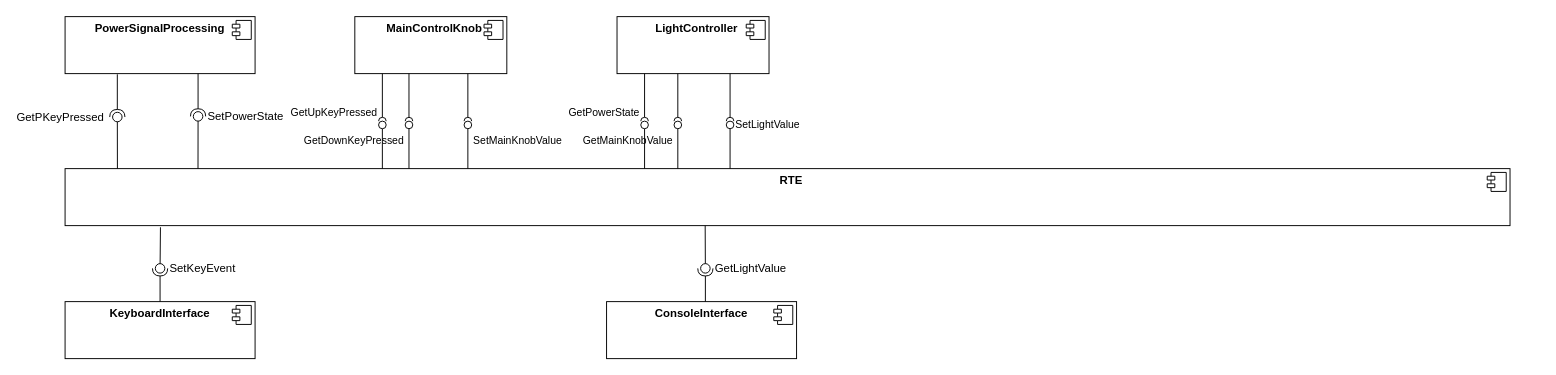
Earlier version of the draw.io diagram page "SW Architecture" (2 of 2) of doc/common/sw_architecture/_figures/spled.drawio (avengineers/SPLed). Source tidied: cells renumbered, new cells numbered last; positions are measured from the earlier drawing's top-left corner, leaving out a move shared by most shapes. Both pictures are drawn from the tidied source at 95%, with x=0, y=0 at pixel (65, 16).
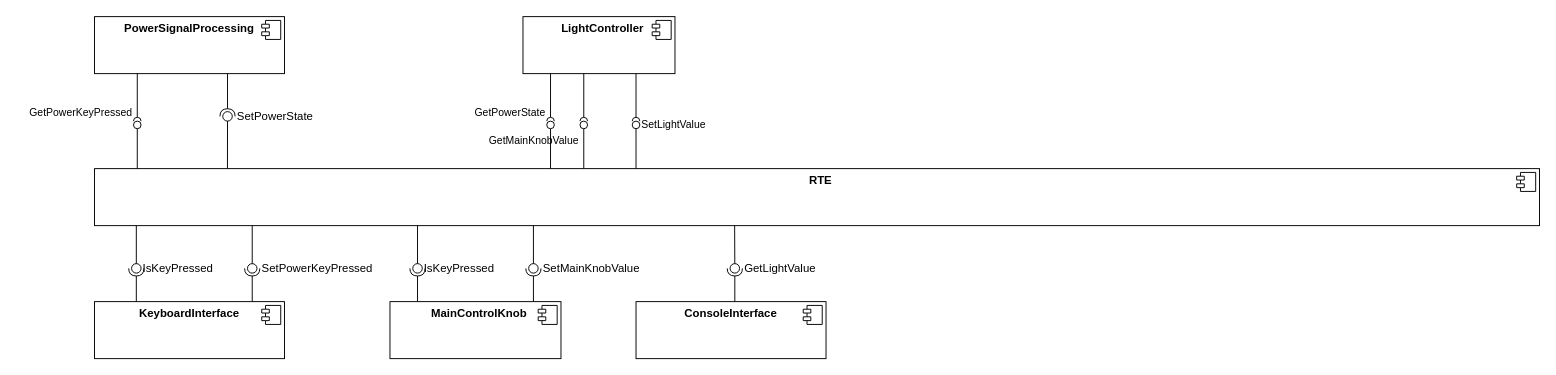
The same page after the edit.

The edit, as a diff of the source:
```diff
@@
     <mxCell id="2" value="&lt;p style=&quot;margin:0px;margin-top:6px;text-align:center;&quot;&gt;&lt;b&gt;PowerSignalProcessing&lt;/b&gt;&lt;/p&gt;" style="align=left;overflow=fill;html=1;whiteSpace=wrap;" parent="1" vertex="1">
-      <mxGeometry width="200" height="60" as="geometry" />
+      <mxGeometry x="31" width="200" height="60" as="geometry" />
     </mxCell>
@@
     <mxCell id="4" value="&lt;p style=&quot;margin: 6px 0px 0px;&quot;&gt;&lt;/p&gt;&lt;p style=&quot;margin:0px;margin-left:8px;&quot;&gt;&lt;b&gt;LightController&lt;/b&gt;&lt;/p&gt;" style="align=center;overflow=fill;html=1;whiteSpace=wrap;" parent="1" vertex="1">
-      <mxGeometry x="581" width="160" height="60" as="geometry" />
+      <mxGeometry x="482" width="160" height="60" as="geometry" />
     </mxCell>
@@
     <mxCell id="6" value="&lt;p style=&quot;margin: 6px 0px 0px;&quot;&gt;&lt;/p&gt;&lt;p style=&quot;margin:0px;margin-left:8px;&quot;&gt;&lt;b&gt;RTE&lt;/b&gt;&lt;/p&gt;" style="align=center;overflow=fill;html=1;whiteSpace=wrap;" parent="1" vertex="1">
-      <mxGeometry y="160" width="1521" height="60" as="geometry" />
+      <mxGeometry x="31" y="160" width="1521" height="60" as="geometry" />
     </mxCell>
@@
     <mxCell id="8" style="endArrow=none;html=1;rounded=0;align=center;verticalAlign=top;endFill=0;labelBackgroundColor=none;endSize=2;exitX=0.13;exitY=-0.002;exitDx=0;exitDy=0;exitPerimeter=0;" parent="1" edge="1" target="9">
       <mxGeometry relative="1" as="geometry">
-        <mxPoint x="610" y="160" as="sourcePoint" />
+        <mxPoint x="511" y="160" as="sourcePoint" />
       </mxGeometry>
     </mxCell>
     <mxCell id="9" value="GetPowerState" style="ellipse;html=1;fontSize=11;align=right;fillColor=none;points=[];verticalAlign=bottom;labelPosition=left;verticalLabelPosition=top;flipH=1;" parent="1" vertex="1">
-      <mxGeometry x="606" y="110" width="8" height="8" as="geometry" />
+      <mxGeometry x="507" y="110" width="8" height="8" as="geometry" />
     </mxCell>
     <mxCell id="10" style="html=1;verticalAlign=bottom;labelBackgroundColor=none;startArrow=halfCircle;startFill=0;startSize=2;endArrow=none;rounded=0;entryX=0.5;entryY=1;entryDx=0;entryDy=0;" parent="1" edge="1">
       <mxGeometry x="-1" y="3" relative="1" as="geometry">
-        <mxPoint x="610" y="110" as="sourcePoint" />
-        <mxPoint x="610" y="60" as="targetPoint" />
+        <mxPoint x="511" y="110" as="sourcePoint" />
+        <mxPoint x="511" y="60" as="targetPoint" />
       </mxGeometry>
     </mxCell>
     <mxCell id="11" style="endArrow=none;html=1;rounded=0;align=center;verticalAlign=top;endFill=0;labelBackgroundColor=none;endSize=2;exitX=0.13;exitY=-0.002;exitDx=0;exitDy=0;exitPerimeter=0;" parent="1" edge="1" target="12">
       <mxGeometry relative="1" as="geometry">
-        <mxPoint x="700" y="160" as="sourcePoint" />
+        <mxPoint x="601" y="160" as="sourcePoint" />
       </mxGeometry>
     </mxCell>
     <mxCell id="12" value="SetLightValue" style="ellipse;html=1;fontSize=11;align=left;fillColor=none;points=[];verticalAlign=middle;labelPosition=right;verticalLabelPosition=middle;flipH=1;" parent="1" vertex="1">
-      <mxGeometry x="696" y="110" width="8" height="8" as="geometry" />
+      <mxGeometry x="597" y="110" width="8" height="8" as="geometry" />
     </mxCell>
     <mxCell id="13" style="html=1;verticalAlign=bottom;labelBackgroundColor=none;startArrow=halfCircle;startFill=0;startSize=2;endArrow=none;rounded=0;entryX=0.5;entryY=1;entryDx=0;entryDy=0;" parent="1" edge="1">
       <mxGeometry x="-1" y="3" relative="1" as="geometry">
-        <mxPoint x="700" y="110" as="sourcePoint" />
-        <mxPoint x="700" y="60" as="targetPoint" />
+        <mxPoint x="601" y="110" as="sourcePoint" />
+        <mxPoint x="601" y="60" as="targetPoint" />
       </mxGeometry>
     </mxCell>
     <mxCell id="14" value="&lt;p style=&quot;margin:0px;margin-top:6px;text-align:center;&quot;&gt;&lt;b&gt;KeyboardInterface&lt;/b&gt;&lt;/p&gt;" style="align=left;overflow=fill;html=1;whiteSpace=wrap;" parent="1" vertex="1">
-      <mxGeometry y="300" width="200" height="60" as="geometry" />
+      <mxGeometry x="31" y="300" width="200" height="60" as="geometry" />
     </mxCell>
@@
     <mxCell id="16" value="&lt;p style=&quot;margin:0px;margin-top:6px;text-align:center;&quot;&gt;&lt;b&gt;ConsoleInterface&lt;/b&gt;&lt;/p&gt;" style="align=left;overflow=fill;html=1;whiteSpace=wrap;" parent="1" vertex="1">
-      <mxGeometry x="570" y="300" width="200" height="60" as="geometry" />
+      <mxGeometry x="601" y="300" width="200" height="60" as="geometry" />
     </mxCell>
@@
     <mxCell id="18" style="rounded=0;jettySize=auto;html=1;endArrow=halfCircle;endFill=0;endSize=6;strokeWidth=1;sketch=0;exitX=0.25;exitY=1;exitDx=0;exitDy=0;" parent="1" edge="1" target="20">
       <mxGeometry relative="1" as="geometry">
-        <mxPoint x="140" y="60" as="sourcePoint" />
+        <mxPoint x="171" y="60" as="sourcePoint" />
       </mxGeometry>
     </mxCell>
@@
     <mxCell id="20" value="&amp;nbsp;SetPowerState" style="ellipse;whiteSpace=wrap;html=1;align=left;fillColor=none;strokeColor=none;perimeter=centerPerimeter;points=[];outlineConnect=1;labelPosition=right;verticalLabelPosition=middle;verticalAlign=middle;" parent="1" vertex="1">
-      <mxGeometry x="135" y="100" width="10" height="10" as="geometry" />
+      <mxGeometry x="166" y="100" width="10" height="10" as="geometry" />
     </mxCell>
-    <mxCell id="21" style="rounded=0;jettySize=auto;html=1;endArrow=halfCircle;endFill=0;endSize=6;strokeWidth=1;sketch=0;exitX=0.5;exitY=0;exitDx=0;exitDy=0;" parent="1" edge="1" source="14" target="23">
-      <mxGeometry relative="1" as="geometry" />
-    </mxCell>
-    <mxCell id="22" style="rounded=0;jettySize=auto;html=1;endArrow=oval;endFill=0;sketch=0;sourcePerimeterSpacing=0;targetPerimeterSpacing=0;endSize=10;exitX=0.066;exitY=1.029;exitDx=0;exitDy=0;exitPerimeter=0;" parent="1" edge="1" source="6" target="23">
-      <mxGeometry relative="1" as="geometry" />
-    </mxCell>
-    <mxCell id="23" value="&amp;nbsp;SetKeyEvent" style="ellipse;whiteSpace=wrap;html=1;align=left;fillColor=none;strokeColor=none;perimeter=centerPerimeter;points=[];outlineConnect=1;labelPosition=right;verticalLabelPosition=middle;verticalAlign=middle;" parent="1" vertex="1">
-      <mxGeometry x="95" y="260" width="10" height="10" as="geometry" />
-    </mxCell>
     <mxCell id="24" style="rounded=0;jettySize=auto;html=1;endArrow=halfCircle;endFill=0;endSize=6;strokeWidth=1;sketch=0;exitX=0.5;exitY=0;exitDx=0;exitDy=0;" parent="1" edge="1" target="26">
       <mxGeometry relative="1" as="geometry">
-        <mxPoint x="674" y="300" as="sourcePoint" />
+        <mxPoint x="705" y="300" as="sourcePoint" />
       </mxGeometry>
     </mxCell>
@@
     <mxCell id="26" value="&amp;nbsp;GetLightValue" style="ellipse;whiteSpace=wrap;html=1;align=left;fillColor=none;strokeColor=none;perimeter=centerPerimeter;points=[];outlineConnect=1;labelPosition=right;verticalLabelPosition=middle;verticalAlign=middle;" parent="1" vertex="1">
-      <mxGeometry x="669" y="260" width="10" height="10" as="geometry" />
+      <mxGeometry x="700" y="260" width="10" height="10" as="geometry" />
     </mxCell>
-    <mxCell id="27" style="rounded=0;jettySize=auto;html=1;endArrow=halfCircle;endFill=0;endSize=6;strokeWidth=1;sketch=0;exitX=0.25;exitY=1;exitDx=0;exitDy=0;" parent="1" edge="1" target="29">
-      <mxGeometry relative="1" as="geometry">
-        <mxPoint x="55" y="60.7" as="sourcePoint" />
-      </mxGeometry>
-    </mxCell>
-    <mxCell id="28" style="rounded=0;jettySize=auto;html=1;endArrow=oval;endFill=0;sketch=0;sourcePerimeterSpacing=0;targetPerimeterSpacing=0;endSize=10;exitX=0.065;exitY=-0.011;exitDx=0;exitDy=0;exitPerimeter=0;" parent="1" edge="1" target="29">
-      <mxGeometry relative="1" as="geometry">
-        <mxPoint x="55.1" y="160" as="sourcePoint" />
-      </mxGeometry>
-    </mxCell>
-    <mxCell id="29" value="GetPKeyPressed&amp;nbsp;&amp;nbsp;" style="ellipse;whiteSpace=wrap;html=1;align=right;fillColor=none;strokeColor=none;perimeter=centerPerimeter;points=[];outlineConnect=1;labelPosition=left;verticalLabelPosition=middle;verticalAlign=middle;" parent="1" vertex="1">
-      <mxGeometry x="50" y="100.7" width="10" height="10" as="geometry" />
-    </mxCell>
-    <mxCell id="30" value="&lt;p style=&quot;margin: 6px 0px 0px;&quot;&gt;&lt;/p&gt;&lt;p style=&quot;margin:0px;margin-left:8px;&quot;&gt;&lt;b&gt;MainControlKnob&lt;/b&gt;&lt;/p&gt;" style="align=center;overflow=fill;html=1;whiteSpace=wrap;" parent="1" vertex="1">
-      <mxGeometry x="305" width="160" height="60" as="geometry" />
-    </mxCell>
-    <mxCell id="31" style="shape=component;jettyWidth=8;jettyHeight=4;" parent="30" vertex="1">
-      <mxGeometry x="1" width="20" height="20" relative="1" as="geometry">
-        <mxPoint x="-24" y="4" as="offset" />
-      </mxGeometry>
-    </mxCell>
-    <mxCell id="32" style="endArrow=none;html=1;rounded=0;align=center;verticalAlign=top;endFill=0;labelBackgroundColor=none;endSize=2;exitX=0.13;exitY=-0.002;exitDx=0;exitDy=0;exitPerimeter=0;" parent="1" edge="1" target="33">
-      <mxGeometry relative="1" as="geometry">
-        <mxPoint x="334" y="160" as="sourcePoint" />
-      </mxGeometry>
-    </mxCell>
-    <mxCell id="33" value="GetUpKeyPressed" style="ellipse;html=1;fontSize=11;align=right;fillColor=none;points=[];verticalAlign=bottom;labelPosition=left;verticalLabelPosition=top;flipH=1;" parent="1" vertex="1">
-      <mxGeometry x="330" y="110" width="8" height="8" as="geometry" />
-    </mxCell>
-    <mxCell id="34" style="html=1;verticalAlign=bottom;labelBackgroundColor=none;startArrow=halfCircle;startFill=0;startSize=2;endArrow=none;rounded=0;entryX=0.5;entryY=1;entryDx=0;entryDy=0;" parent="1" edge="1">
-      <mxGeometry x="-1" y="3" relative="1" as="geometry">
-        <mxPoint x="334" y="110" as="sourcePoint" />
-        <mxPoint x="334" y="60" as="targetPoint" />
-      </mxGeometry>
-    </mxCell>
-    <mxCell id="35" style="endArrow=none;html=1;rounded=0;align=center;verticalAlign=top;endFill=0;labelBackgroundColor=none;endSize=2;exitX=0.13;exitY=-0.002;exitDx=0;exitDy=0;exitPerimeter=0;" parent="1" edge="1" target="36">
-      <mxGeometry relative="1" as="geometry">
-        <mxPoint x="424" y="160" as="sourcePoint" />
-      </mxGeometry>
-    </mxCell>
-    <mxCell id="36" value="SetMainKnobValue" style="ellipse;html=1;fontSize=11;align=left;fillColor=none;points=[];verticalAlign=top;labelPosition=right;verticalLabelPosition=bottom;flipH=1;" parent="1" vertex="1">
-      <mxGeometry x="420" y="110" width="8" height="8" as="geometry" />
-    </mxCell>
-    <mxCell id="37" style="html=1;verticalAlign=bottom;labelBackgroundColor=none;startArrow=halfCircle;startFill=0;startSize=2;endArrow=none;rounded=0;entryX=0.5;entryY=1;entryDx=0;entryDy=0;" parent="1" edge="1">
-      <mxGeometry x="-1" y="3" relative="1" as="geometry">
-        <mxPoint x="424" y="110" as="sourcePoint" />
-        <mxPoint x="424" y="60" as="targetPoint" />
-      </mxGeometry>
-    </mxCell>
-    <mxCell id="38" style="endArrow=none;html=1;rounded=0;align=right;verticalAlign=top;endFill=0;labelBackgroundColor=none;endSize=2;exitX=0.13;exitY=-0.002;exitDx=0;exitDy=0;exitPerimeter=0;labelPosition=left;verticalLabelPosition=bottom;" parent="1" edge="1" target="39">
-      <mxGeometry relative="1" as="geometry">
-        <mxPoint x="362" y="160" as="sourcePoint" />
-      </mxGeometry>
-    </mxCell>
-    <mxCell id="39" value="GetDownKeyPressed" style="ellipse;html=1;fontSize=11;align=right;fillColor=none;points=[];verticalAlign=top;labelPosition=left;verticalLabelPosition=bottom;flipH=1;" parent="1" vertex="1">
-      <mxGeometry x="358" y="110" width="8" height="8" as="geometry" />
-    </mxCell>
-    <mxCell id="40" style="html=1;verticalAlign=bottom;labelBackgroundColor=none;startArrow=halfCircle;startFill=0;startSize=2;endArrow=none;rounded=0;entryX=0.5;entryY=1;entryDx=0;entryDy=0;" parent="1" edge="1">
-      <mxGeometry x="-1" y="3" relative="1" as="geometry">
-        <mxPoint x="362" y="110" as="sourcePoint" />
-        <mxPoint x="362" y="60" as="targetPoint" />
-      </mxGeometry>
-    </mxCell>
     <mxCell id="41" style="endArrow=none;html=1;rounded=0;align=center;verticalAlign=top;endFill=0;labelBackgroundColor=none;endSize=2;exitX=0.13;exitY=-0.002;exitDx=0;exitDy=0;exitPerimeter=0;" parent="1" edge="1" target="42">
       <mxGeometry relative="1" as="geometry">
-        <mxPoint x="645" y="160" as="sourcePoint" />
+        <mxPoint x="546" y="160" as="sourcePoint" />
       </mxGeometry>
     </mxCell>
     <mxCell id="42" value="GetMainKnobValue" style="ellipse;html=1;fontSize=11;align=right;fillColor=none;points=[];verticalAlign=top;labelPosition=left;verticalLabelPosition=bottom;flipH=1;" parent="1" vertex="1">
-      <mxGeometry x="641" y="110" width="8" height="8" as="geometry" />
+      <mxGeometry x="542" y="110" width="8" height="8" as="geometry" />
     </mxCell>
     <mxCell id="43" style="html=1;verticalAlign=bottom;labelBackgroundColor=none;startArrow=halfCircle;startFill=0;startSize=2;endArrow=none;rounded=0;entryX=0.5;entryY=1;entryDx=0;entryDy=0;" parent="1" edge="1">
       <mxGeometry x="-1" y="3" relative="1" as="geometry">
-        <mxPoint x="645" y="110" as="sourcePoint" />
-        <mxPoint x="645" y="60" as="targetPoint" />
+        <mxPoint x="546" y="110" as="sourcePoint" />
+        <mxPoint x="546" y="60" as="targetPoint" />
       </mxGeometry>
     </mxCell>
+    <mxCell id="44" style="endArrow=none;html=1;rounded=0;align=center;verticalAlign=top;endFill=0;labelBackgroundColor=none;endSize=2;exitX=0.13;exitY=-0.002;exitDx=0;exitDy=0;exitPerimeter=0;" parent="1" edge="1" target="45">
+      <mxGeometry relative="1" as="geometry">
+        <mxPoint x="76" y="160" as="sourcePoint" />
+      </mxGeometry>
+    </mxCell>
+    <mxCell id="45" value="GetPowerKeyPressed" style="ellipse;html=1;fontSize=11;align=right;fillColor=none;points=[];verticalAlign=bottom;labelPosition=left;verticalLabelPosition=top;flipH=1;" parent="1" vertex="1">
+      <mxGeometry x="72" y="110" width="8" height="8" as="geometry" />
+    </mxCell>
+    <mxCell id="46" style="html=1;verticalAlign=bottom;labelBackgroundColor=none;startArrow=halfCircle;startFill=0;startSize=2;endArrow=none;rounded=0;entryX=0.5;entryY=1;entryDx=0;entryDy=0;" parent="1" edge="1">
+      <mxGeometry x="-1" y="3" relative="1" as="geometry">
+        <mxPoint x="76" y="110" as="sourcePoint" />
+        <mxPoint x="76" y="60" as="targetPoint" />
+      </mxGeometry>
+    </mxCell>
+    <mxCell id="47" style="rounded=0;jettySize=auto;html=1;endArrow=halfCircle;endFill=0;endSize=6;strokeWidth=1;sketch=0;exitX=0.5;exitY=0;exitDx=0;exitDy=0;" parent="1" edge="1" target="49">
+      <mxGeometry relative="1" as="geometry">
+        <mxPoint x="75" y="300" as="sourcePoint" />
+      </mxGeometry>
+    </mxCell>
+    <mxCell id="48" style="rounded=0;jettySize=auto;html=1;endArrow=oval;endFill=0;sketch=0;sourcePerimeterSpacing=0;targetPerimeterSpacing=0;endSize=10;exitX=0.443;exitY=1;exitDx=0;exitDy=0;exitPerimeter=0;" parent="1" edge="1" target="49">
+      <mxGeometry relative="1" as="geometry">
+        <mxPoint x="75" y="220" as="sourcePoint" />
+      </mxGeometry>
+    </mxCell>
+    <mxCell id="49" value="IsKeyPressed" style="ellipse;whiteSpace=wrap;html=1;align=left;fillColor=none;strokeColor=none;perimeter=centerPerimeter;points=[];outlineConnect=1;labelPosition=right;verticalLabelPosition=middle;verticalAlign=middle;" parent="1" vertex="1">
+      <mxGeometry x="70" y="260" width="10" height="10" as="geometry" />
+    </mxCell>
+    <mxCell id="50" style="rounded=0;jettySize=auto;html=1;endArrow=halfCircle;endFill=0;endSize=6;strokeWidth=1;sketch=0;exitX=0.5;exitY=0;exitDx=0;exitDy=0;" parent="1" edge="1" target="52">
+      <mxGeometry relative="1" as="geometry">
+        <mxPoint x="197" y="300" as="sourcePoint" />
+      </mxGeometry>
+    </mxCell>
+    <mxCell id="51" style="rounded=0;jettySize=auto;html=1;endArrow=oval;endFill=0;sketch=0;sourcePerimeterSpacing=0;targetPerimeterSpacing=0;endSize=10;exitX=0.443;exitY=1;exitDx=0;exitDy=0;exitPerimeter=0;" parent="1" edge="1" target="52">
+      <mxGeometry relative="1" as="geometry">
+        <mxPoint x="197" y="220" as="sourcePoint" />
+      </mxGeometry>
+    </mxCell>
+    <mxCell id="52" value="&amp;nbsp;SetPowerKeyPressed" style="ellipse;whiteSpace=wrap;html=1;align=left;fillColor=none;strokeColor=none;perimeter=centerPerimeter;points=[];outlineConnect=1;labelPosition=right;verticalLabelPosition=middle;verticalAlign=middle;" parent="1" vertex="1">
+      <mxGeometry x="192" y="260" width="10" height="10" as="geometry" />
+    </mxCell>
+    <mxCell id="30" value="&lt;p style=&quot;margin: 6px 0px 0px;&quot;&gt;&lt;/p&gt;&lt;p style=&quot;margin:0px;margin-left:8px;&quot;&gt;&lt;b&gt;MainControlKnob&lt;/b&gt;&lt;/p&gt;" style="align=center;overflow=fill;html=1;whiteSpace=wrap;" parent="1" vertex="1">
+      <mxGeometry x="342" y="300" width="180" height="60" as="geometry" />
+    </mxCell>
+    <mxCell id="53" style="shape=component;jettyWidth=8;jettyHeight=4;" parent="30" vertex="1">
+      <mxGeometry x="1" width="20" height="20" relative="1" as="geometry">
+        <mxPoint x="-24" y="4" as="offset" />
+      </mxGeometry>
+    </mxCell>
+    <mxCell id="54" style="rounded=0;jettySize=auto;html=1;endArrow=halfCircle;endFill=0;endSize=6;strokeWidth=1;sketch=0;exitX=0.5;exitY=0;exitDx=0;exitDy=0;" parent="1" edge="1" target="56">
+      <mxGeometry relative="1" as="geometry">
+        <mxPoint x="371" y="300" as="sourcePoint" />
+      </mxGeometry>
+    </mxCell>
+    <mxCell id="55" style="rounded=0;jettySize=auto;html=1;endArrow=oval;endFill=0;sketch=0;sourcePerimeterSpacing=0;targetPerimeterSpacing=0;endSize=10;exitX=0.443;exitY=1;exitDx=0;exitDy=0;exitPerimeter=0;" parent="1" edge="1" target="56">
+      <mxGeometry relative="1" as="geometry">
+        <mxPoint x="371" y="220" as="sourcePoint" />
+      </mxGeometry>
+    </mxCell>
+    <mxCell id="56" value="IsKeyPressed" style="ellipse;whiteSpace=wrap;html=1;align=left;fillColor=none;strokeColor=none;perimeter=centerPerimeter;points=[];outlineConnect=1;labelPosition=right;verticalLabelPosition=middle;verticalAlign=middle;" parent="1" vertex="1">
+      <mxGeometry x="366" y="260" width="10" height="10" as="geometry" />
+    </mxCell>
+    <mxCell id="57" style="rounded=0;jettySize=auto;html=1;endArrow=halfCircle;endFill=0;endSize=6;strokeWidth=1;sketch=0;exitX=0.5;exitY=0;exitDx=0;exitDy=0;" parent="1" edge="1" target="36">
+      <mxGeometry relative="1" as="geometry">
+        <mxPoint x="493" y="300" as="sourcePoint" />
+      </mxGeometry>
+    </mxCell>
+    <mxCell id="58" style="rounded=0;jettySize=auto;html=1;endArrow=oval;endFill=0;sketch=0;sourcePerimeterSpacing=0;targetPerimeterSpacing=0;endSize=10;exitX=0.443;exitY=1;exitDx=0;exitDy=0;exitPerimeter=0;" parent="1" edge="1" target="36">
+      <mxGeometry relative="1" as="geometry">
+        <mxPoint x="493" y="220" as="sourcePoint" />
+      </mxGeometry>
+    </mxCell>
+    <mxCell id="36" value="&amp;nbsp;SetMainKnobValue" style="ellipse;whiteSpace=wrap;html=1;align=left;fillColor=none;strokeColor=none;perimeter=centerPerimeter;points=[];outlineConnect=1;labelPosition=right;verticalLabelPosition=middle;verticalAlign=middle;" parent="1" vertex="1">
+      <mxGeometry x="488" y="260" width="10" height="10" as="geometry" />
+    </mxCell>
```
